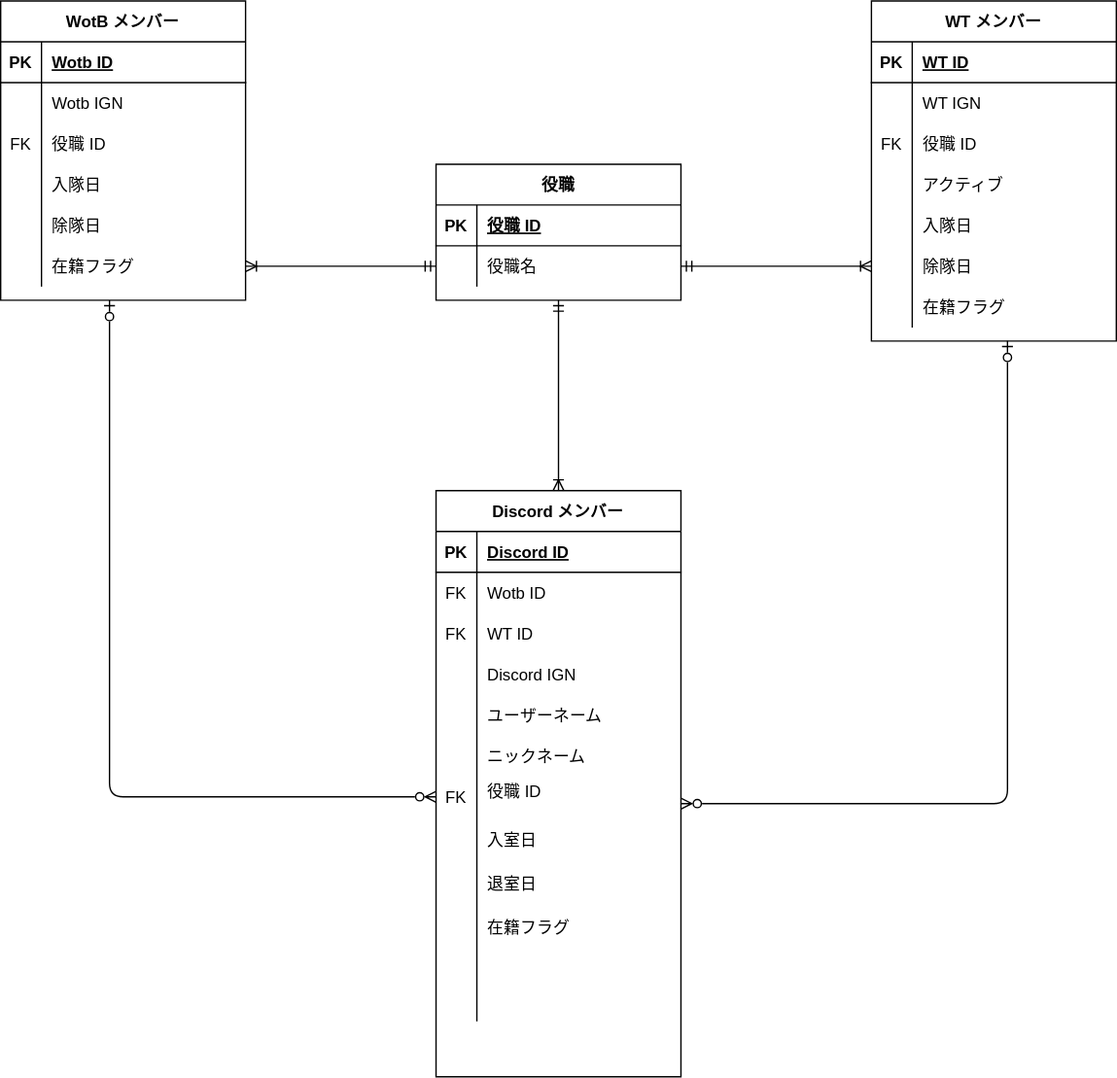
The draw.io diagram doc/DB-Ronri.drawio.svg in otazero/ClanManagementDiscordBot, before a commit. Source tidied: cells renumbered, new cells last; positions are measured from the earlier drawing's top-left corner, leaving out a move shared by most shapes.
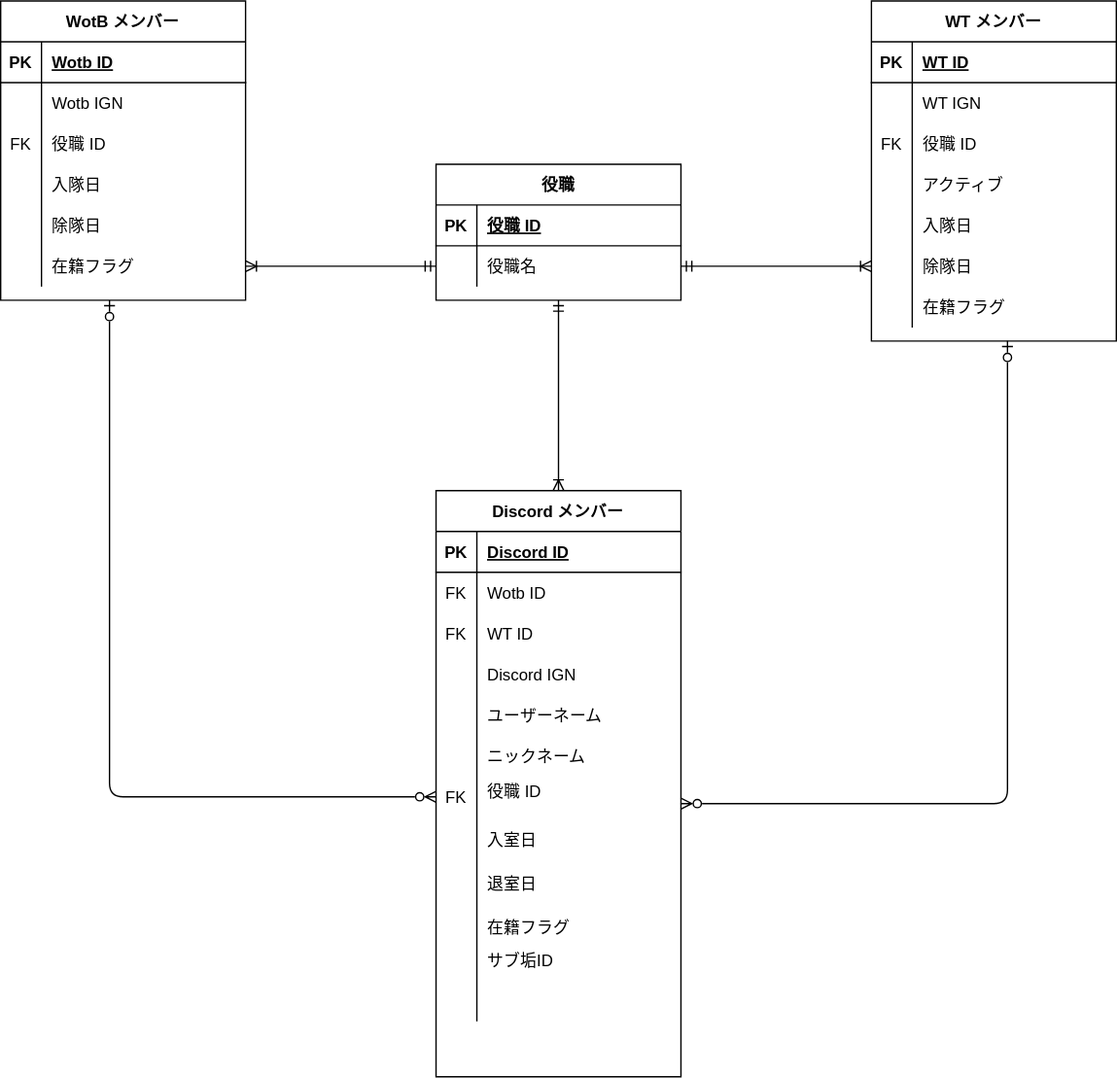
Later version of the same file.

Commit message:
サブ垢カラム追加

The edit, as a diff of the source:
```diff
@@ -254,7 +254,7 @@
     <mxCell id="85" style="shape=partialRectangle;fillColor=none;top=0;left=0;bottom=0;right=0;overflow=hidden;" parent="84" vertex="1">
       <mxGeometry width="30" height="30" as="geometry" />
     </mxCell>
-    <mxCell id="86" style="shape=partialRectangle;fillColor=none;top=0;left=0;bottom=0;right=0;align=left;spacingLeft=6;overflow=hidden;" parent="84" vertex="1">
+    <mxCell id="86" value="サブ垢ID" style="shape=partialRectangle;fillColor=none;top=0;left=0;bottom=0;right=0;align=left;spacingLeft=6;overflow=hidden;" parent="84" vertex="1">
       <mxGeometry x="30" width="150" height="30" as="geometry" />
     </mxCell>
     <mxCell id="87" style="shape=partialRectangle;fillColor=none;top=0;left=0;bottom=0;right=0;" parent="53" vertex="1">
```
